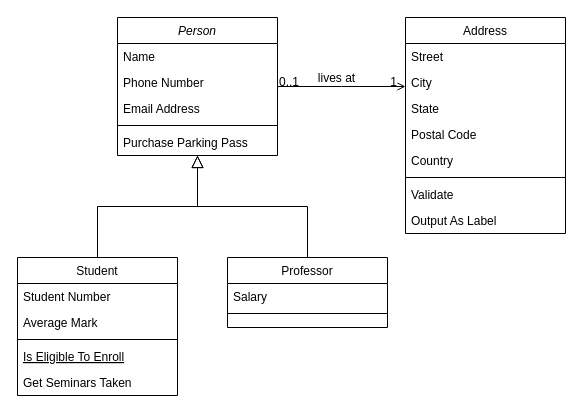
Before: Assignments/A06/a06.drawio in angel-badillo-hernandez/2143-OOP-Badillo, a draw.io diagram. Source tidied: cells renumbered, new cells numbered last; positions are measured from the earlier drawing's top-left corner, leaving out a move shared by most shapes. Both pictures are drawn from the tidied source at 100%, with x=0, y=0 at pixel (17, 17).
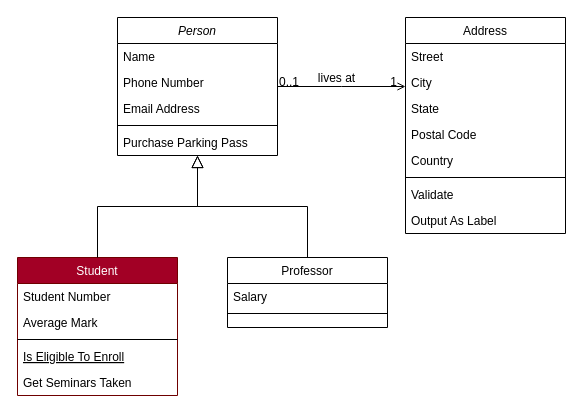
Above is the later version.

What changed in the source:
```diff
@@
-    <mxCell id="8" value="Student" style="swimlane;fontStyle=0;align=center;verticalAlign=top;horizontal=1;startSize=26;rounded=0;shadow=0;strokeWidth=1;" parent="1" vertex="1">
+    <mxCell id="8" value="Student" style="swimlane;fontStyle=0;align=center;verticalAlign=top;horizontal=1;startSize=26;rounded=0;shadow=0;strokeWidth=1;fillColor=#a20025;strokeColor=#6F0000;fontColor=#ffffff;" parent="1" vertex="1">
       <mxGeometry y="240" width="160" height="138" as="geometry" />
     </mxCell>
```
